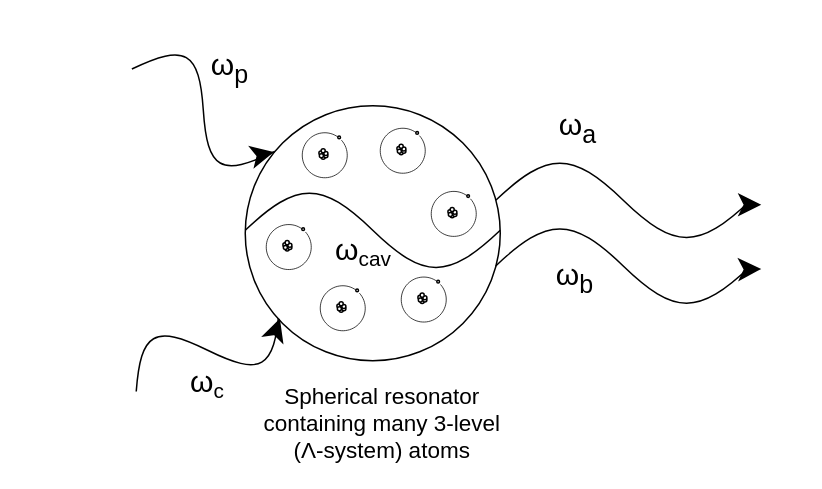
The draw.io diagram ProjectProposal/Figs/drawio/SphericalResonator.drawio in Aaron-Dayton/HonoursProject, before the edit. Source tidied: cells renumbered, new cells numbered last; positions are measured from the earlier drawing's top-left corner, leaving out a move shared by most shapes. Both pictures are drawn from the tidied source at 150%, with x=0, y=0 at pixel (120, 45).
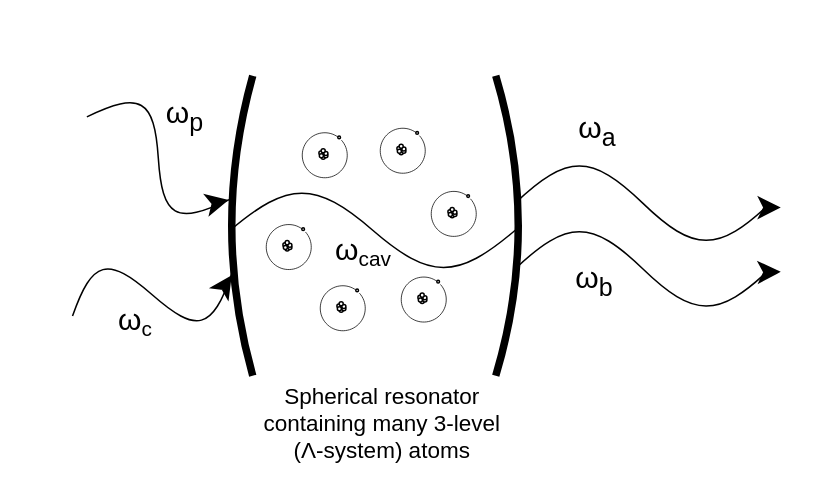
Above is the later version.

Diff of the diagram source:
```diff
@@
-    <mxCell id="2" style="verticalLabelPosition=bottom;shadow=0;dashed=0;align=center;html=1;verticalAlign=top;shape=mxgraph.electrical.waveforms.sine_wave;rotation=-30;" parent="1" vertex="1">
-      <mxGeometry x="3" y="170" width="110" height="66.2" as="geometry" />
-    </mxCell>
-    <mxCell id="3" style="ellipse;whiteSpace=wrap;html=1;" parent="1" vertex="1">
-      <mxGeometry x="83" y="40" width="170" height="170" as="geometry" />
-    </mxCell>
     <mxCell id="4" style="verticalLabelPosition=bottom;shadow=0;dashed=0;align=center;html=1;verticalAlign=top;shape=mxgraph.electrical.waveforms.sine_wave;rotation=30;" parent="1" vertex="1">
-      <mxGeometry y="10" width="110" height="66.2" as="geometry" />
+      <mxGeometry x="-30" y="41.9" width="110" height="66.2" as="geometry" />
     </mxCell>
     <mxCell id="5" value="&lt;font style=&quot;font-size: 20px;&quot;&gt;ω&lt;sub style=&quot;&quot;&gt;p&lt;/sub&gt;&lt;/font&gt;" style="text;html=1;align=center;verticalAlign=middle;whiteSpace=wrap;rounded=0;" parent="1" vertex="1">
-      <mxGeometry x="43" width="60" height="30" as="geometry" />
+      <mxGeometry x="13" y="31.9" width="60" height="30" as="geometry" />
     </mxCell>
-    <mxCell id="6" value="&lt;font style=&quot;font-size: 20px;&quot;&gt;ω&lt;/font&gt;&lt;font style=&quot;font-size: 16.6667px;&quot;&gt;&lt;sub&gt;c&lt;/sub&gt;&lt;/font&gt;" style="text;html=1;align=center;verticalAlign=middle;whiteSpace=wrap;rounded=0;" parent="1" vertex="1">
-      <mxGeometry x="28" y="210" width="60" height="30" as="geometry" />
-    </mxCell>
@@
     <mxCell id="27" style="verticalLabelPosition=bottom;shadow=0;dashed=0;align=center;html=1;verticalAlign=top;shape=mxgraph.electrical.waveforms.sine_wave;rotation=0;" parent="1" vertex="1">
-      <mxGeometry x="83" y="90" width="170" height="66.2" as="geometry" />
+      <mxGeometry x="73" y="90" width="190" height="66.2" as="geometry" />
     </mxCell>
@@
     <mxCell id="48" style="verticalLabelPosition=bottom;shadow=0;dashed=0;align=center;html=1;verticalAlign=top;shape=mxgraph.electrical.waveforms.sine_wave;rotation=0;" parent="1" vertex="1">
-      <mxGeometry x="250" y="70" width="170" height="66.2" as="geometry" />
+      <mxGeometry x="263" y="71.9" width="170" height="66.2" as="geometry" />
     </mxCell>
     <mxCell id="49" style="verticalLabelPosition=bottom;shadow=0;dashed=0;align=center;html=1;verticalAlign=top;shape=mxgraph.electrical.waveforms.sine_wave;rotation=0;" parent="1" vertex="1">
-      <mxGeometry x="250" y="113.8" width="170" height="66.2" as="geometry" />
+      <mxGeometry x="263" y="115.7" width="170" height="66.2" as="geometry" />
     </mxCell>
@@
     <mxCell id="71" value="&lt;font style=&quot;font-size: 20px;&quot;&gt;ω&lt;sub&gt;b&lt;/sub&gt;&lt;/font&gt;" style="text;html=1;align=center;verticalAlign=middle;whiteSpace=wrap;rounded=0;" parent="1" vertex="1">
-      <mxGeometry x="273" y="140" width="60" height="30" as="geometry" />
+      <mxGeometry x="286" y="141.9" width="60" height="30" as="geometry" />
     </mxCell>
@@
     <mxCell id="73" value="&lt;font style=&quot;font-size: 20px;&quot;&gt;ω&lt;sub style=&quot;&quot;&gt;a&lt;/sub&gt;&lt;/font&gt;" style="text;html=1;align=center;verticalAlign=middle;whiteSpace=wrap;rounded=0;" parent="1" vertex="1">
-      <mxGeometry x="275" y="40" width="60" height="30" as="geometry" />
+      <mxGeometry x="288" y="41.9" width="60" height="30" as="geometry" />
     </mxCell>
     <mxCell id="74" style="endArrow=classic;html=1;rounded=0;strokeWidth=3;" parent="1" edge="1">
       <mxGeometry relative="1" as="geometry">
-        <mxPoint x="420" y="149" as="sourcePoint" />
-        <mxPoint x="427" y="148.8" as="targetPoint" />
+        <mxPoint x="433" y="150.9" as="sourcePoint" />
+        <mxPoint x="440" y="150.7" as="targetPoint" />
       </mxGeometry>
     </mxCell>
     <mxCell id="75" style="endArrow=classic;html=1;rounded=0;strokeWidth=3;" parent="1" edge="1">
       <mxGeometry relative="1" as="geometry">
-        <mxPoint x="420" y="106" as="sourcePoint" />
-        <mxPoint x="427" y="106" as="targetPoint" />
+        <mxPoint x="433" y="107.9" as="sourcePoint" />
+        <mxPoint x="440" y="107.9" as="targetPoint" />
       </mxGeometry>
     </mxCell>
     <mxCell id="76" style="endArrow=classic;html=1;rounded=0;exitX=0.961;exitY=0.588;exitDx=0;exitDy=0;exitPerimeter=0;strokeWidth=3;" parent="1" edge="1">
       <mxGeometry relative="1" as="geometry">
-        <mxPoint x="95" y="72.5" as="sourcePoint" />
-        <mxPoint x="102" y="70.9" as="targetPoint" />
+        <mxPoint x="65" y="104.4" as="sourcePoint" />
+        <mxPoint x="72" y="102.8" as="targetPoint" />
       </mxGeometry>
     </mxCell>
-    <mxCell id="77" style="endArrow=classic;html=1;rounded=0;entryX=0.142;entryY=0.84;entryDx=0;entryDy=0;entryPerimeter=0;strokeWidth=3;" parent="1" edge="1">
-      <mxGeometry relative="1" as="geometry">
-        <mxPoint x="104" y="188" as="sourcePoint" />
-        <mxPoint x="106.1" y="181.8" as="targetPoint" />
-      </mxGeometry>
-    </mxCell>
+    <mxCell id="78" style="curved=1;endArrow=none;html=1;rounded=0;endFill=0;strokeWidth=5;" parent="1" edge="1">
+      <mxGeometry relative="1" as="geometry">
+        <mxPoint x="250" y="220" as="sourcePoint" />
+        <mxPoint x="250" y="20" as="targetPoint" />
+        <Array as="points">
+          <mxPoint x="280" y="120" />
+        </Array>
+      </mxGeometry>
+    </mxCell>
+    <mxCell id="79" style="curved=1;endArrow=none;html=1;rounded=0;endFill=0;strokeWidth=5;" parent="1" edge="1">
+      <mxGeometry relative="1" as="geometry">
+        <mxPoint x="88" y="220" as="sourcePoint" />
+        <mxPoint x="88" y="20" as="targetPoint" />
+        <Array as="points">
+          <mxPoint x="60" y="120" />
+        </Array>
+      </mxGeometry>
+    </mxCell>
+    <mxCell id="80" style="group;rotation=-45;" parent="1" vertex="1">
+      <mxGeometry x="-43" y="110" width="128.4" height="112.3" as="geometry" />
+    </mxCell>
+    <mxCell id="81" style="verticalLabelPosition=bottom;shadow=0;dashed=0;align=center;html=1;verticalAlign=top;shape=mxgraph.electrical.waveforms.sine_wave;rotation=-15;" parent="80" vertex="1">
+      <mxGeometry x="9" y="23" width="110" height="66.2" as="geometry" />
+    </mxCell>
+    <mxCell id="82" style="endArrow=classic;html=1;rounded=0;exitX=0.961;exitY=0.588;exitDx=0;exitDy=0;exitPerimeter=0;strokeWidth=3;" parent="80" edge="1">
+      <mxGeometry relative="1" as="geometry">
+        <mxPoint x="113" y="49" as="sourcePoint" />
+        <mxPoint x="117" y="43" as="targetPoint" />
+      </mxGeometry>
+    </mxCell>
+    <mxCell id="6" value="&lt;font style=&quot;font-size: 20px;&quot;&gt;ω&lt;/font&gt;&lt;font style=&quot;font-size: 16.6667px;&quot;&gt;&lt;sub&gt;c&lt;/sub&gt;&lt;/font&gt;" style="text;html=1;align=center;verticalAlign=middle;whiteSpace=wrap;rounded=0;" parent="80" vertex="1">
+      <mxGeometry x="23" y="59.2" width="60" height="30" as="geometry" />
+    </mxCell>
```
